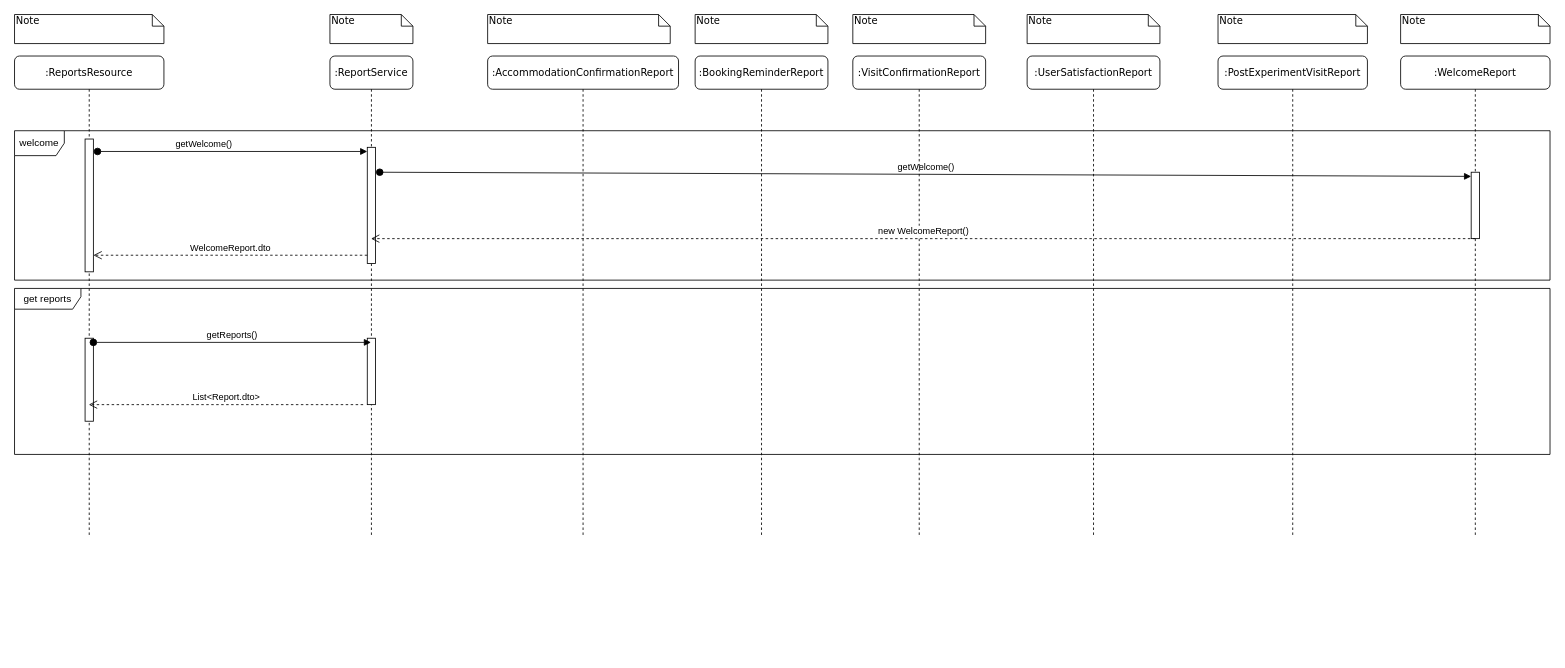
Above: Document generation sequence diagram.drawio in ambolt314/FinalProjectDesign (draw.io), before the change. Source tidied: cells renumbered, new cells numbered last; positions are measured from the earlier drawing's top-left corner, leaving out a move shared by most shapes. Both pictures are drawn from the tidied source at 83%, with x=0, y=0 at pixel (14, 14).
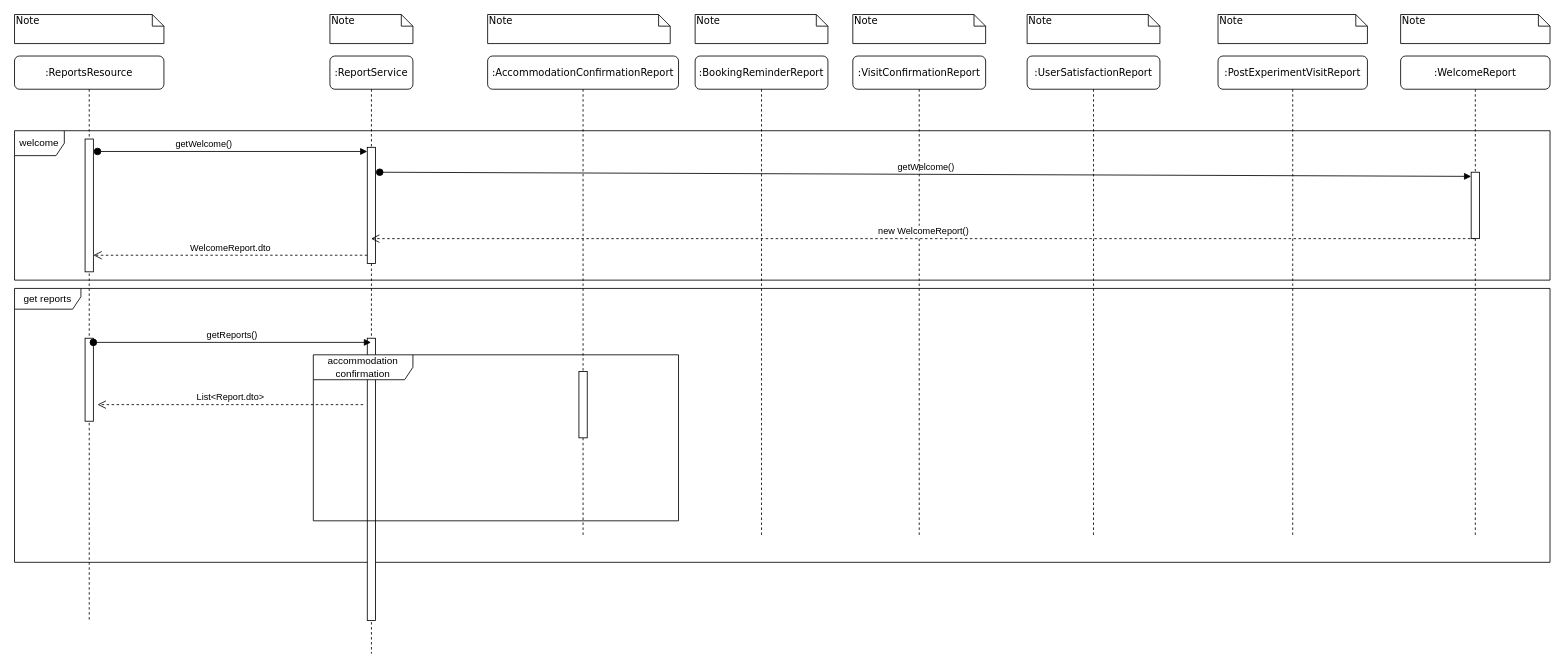
After the change.

Commit message:
added accommodation confirmation sequence logic

Change to the diagram source:
```diff
@@
     <mxCell id="2" value=":ReportService" style="shape=umlLifeline;perimeter=lifelinePerimeter;whiteSpace=wrap;html=1;outlineConnect=0;rounded=1;shadow=0;comic=0;labelBackgroundColor=none;strokeWidth=1;fontFamily=Verdana;fontSize=12;align=center;" parent="1" vertex="1">
-      <mxGeometry x="380" y="50" width="100" height="580" as="geometry" />
+      <mxGeometry x="380" y="50" width="100" height="720" as="geometry" />
     </mxCell>
@@
     <mxCell id="10" value=":ReportsResource" style="shape=umlLifeline;perimeter=lifelinePerimeter;whiteSpace=wrap;html=1;outlineConnect=0;rounded=1;shadow=0;comic=0;labelBackgroundColor=none;strokeWidth=1;fontFamily=Verdana;fontSize=12;align=center;" parent="1" vertex="1">
-      <mxGeometry y="50" width="180" height="580" as="geometry" />
+      <mxGeometry y="50" width="180" height="680" as="geometry" />
     </mxCell>
@@
     <mxCell id="13" value="get reports" style="shape=umlFrame;whiteSpace=wrap;html=1;width=80;height=25;" parent="10" vertex="1">
-      <mxGeometry y="280" width="1850" height="200" as="geometry" />
+      <mxGeometry y="280" width="1850" height="330" as="geometry" />
     </mxCell>
@@
     <mxCell id="16" style="html=1;perimeter=orthogonalPerimeter;targetShapes=umlLifeline;newEdgeStyle={&quot;curved&quot;:0,&quot;rounded&quot;:0};" parent="10" vertex="1">
-      <mxGeometry x="425" y="340" width="10" height="80" as="geometry" />
+      <mxGeometry x="425" y="340" width="10" height="340" as="geometry" />
     </mxCell>
-    <mxCell id="17" value="List&amp;lt;Report.dto&amp;gt;" style="html=1;verticalAlign=bottom;endArrow=open;dashed=1;endSize=8;curved=0;rounded=0;" parent="10" edge="1" target="10">
+    <mxCell id="17" value="List&amp;lt;Report.dto&amp;gt;" style="html=1;verticalAlign=bottom;endArrow=open;dashed=1;endSize=8;curved=0;rounded=0;" parent="10" edge="1">
       <mxGeometry relative="1" as="geometry">
         <mxPoint x="420" y="420" as="sourcePoint" />
+        <mxPoint x="100" y="420" as="targetPoint" />
       </mxGeometry>
     </mxCell>
@@
+    <mxCell id="31" value="accommodation confirmation" style="shape=umlFrame;whiteSpace=wrap;html=1;width=120;height=30;" parent="1" vertex="1">
+      <mxGeometry x="360" y="410" width="440" height="200" as="geometry" />
+    </mxCell>
+    <mxCell id="32" style="html=1;perimeter=orthogonalPerimeter;targetShapes=umlLifeline;newEdgeStyle={&quot;curved&quot;:0,&quot;rounded&quot;:0};" parent="1" vertex="1">
+      <mxGeometry x="680" y="430" width="10" height="80" as="geometry" />
+    </mxCell>
```
